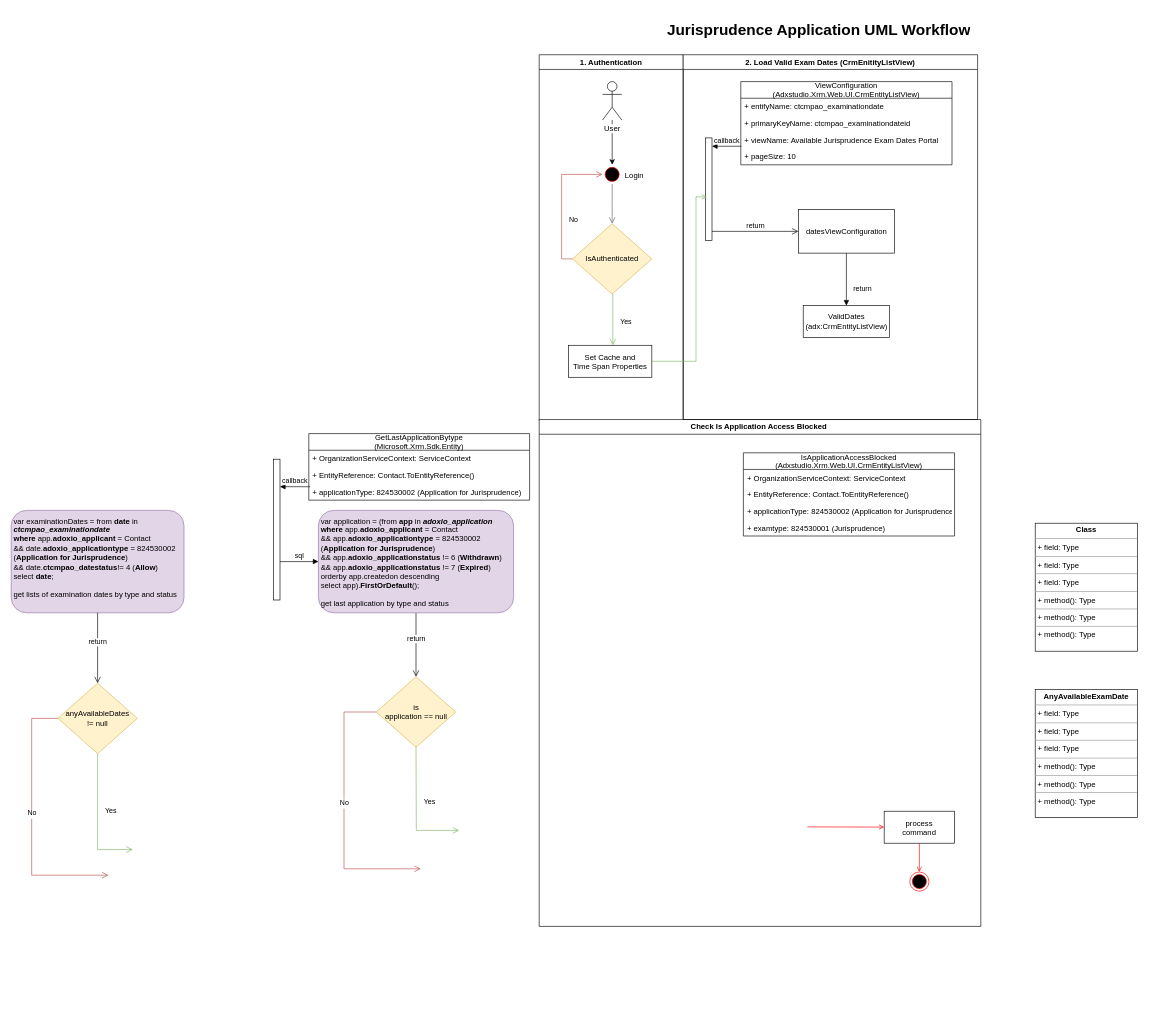
Earlier version of the draw.io diagram Jurisprudence Application UML Workflow.drawio (lest-xu/temp). Source tidied: cells renumbered, new cells numbered last; positions are measured from the earlier drawing's top-left corner, leaving out a move shared by most shapes. Both pictures are drawn from the tidied source at 64%, with x=0, y=0 at pixel (11, 17).
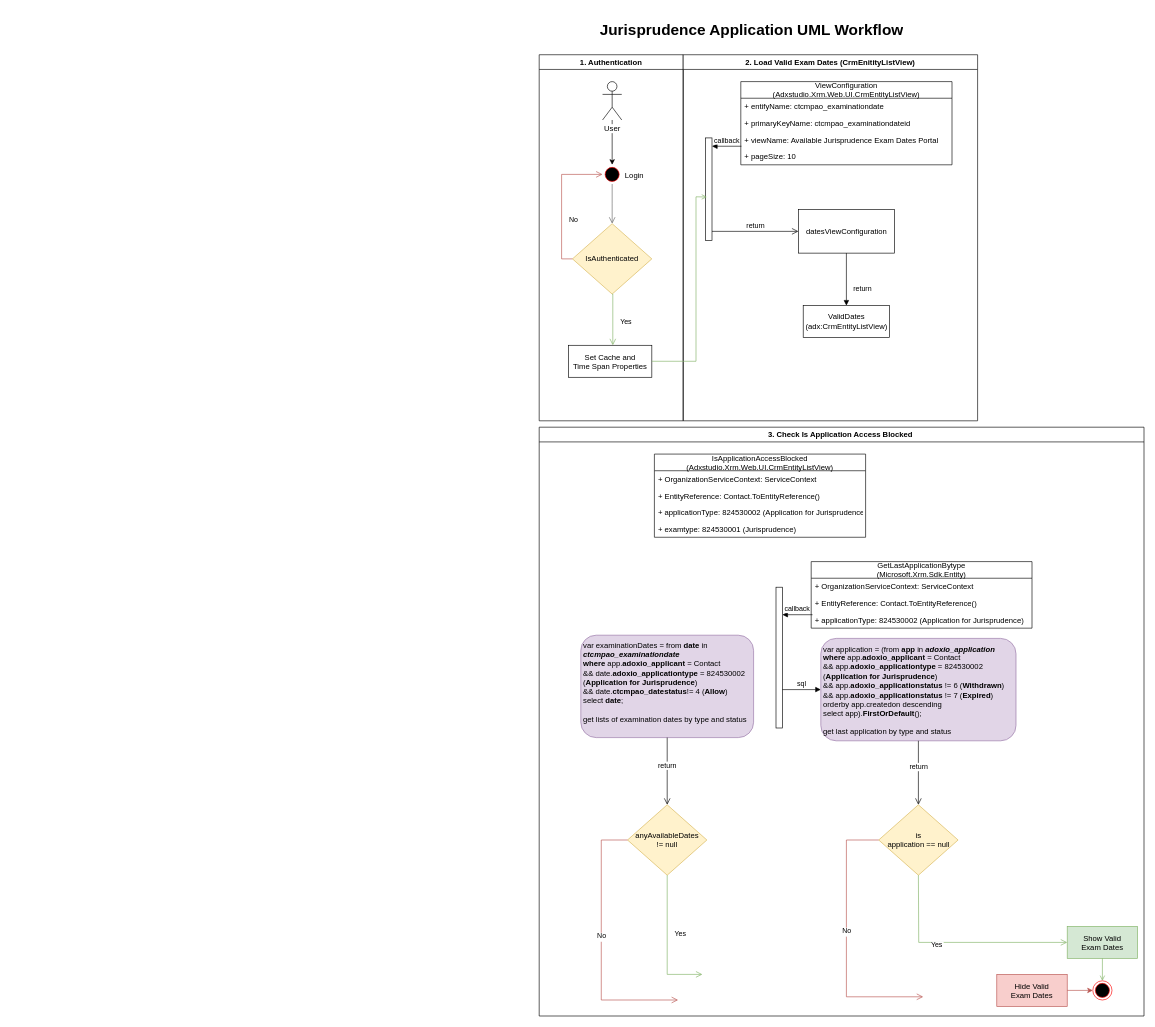
After the change.

The change refers to these unchanged cells:
```xml
<mxCell id="2" value="1. Authentication" style="swimlane;whiteSpace=wrap;" parent="1" vertex="1">
  <mxGeometry x="825" y="58" width="225" height="572" as="geometry" />
</mxCell>
<mxCell id="41" value="+ applicationType: 824530002 (Application for Jurisprudence)" style="text;strokeColor=none;fillColor=none;align=left;verticalAlign=top;spacingLeft=4;spacingRight=4;overflow=hidden;points=[[0,0.5],[1,0.5]];portConstraint=eastwest;" parent="38" vertex="1">
  <mxGeometry y="78" width="345" height="26" as="geometry" />
</mxCell>
```

Diff of the diagram source:
```diff
@@
-    <mxCell id="12" value="Check Is Application Access Blocked " style="swimlane;whiteSpace=wrap;startSize=23;" parent="2" vertex="1">
-      <mxGeometry y="570" width="690" height="792" as="geometry" />
-    </mxCell>
-    <mxCell id="13" value="process&#10;command" parent="12" vertex="1">
-      <mxGeometry x="539" y="612" width="110" height="50" as="geometry" />
-    </mxCell>
-    <mxCell id="14" style="edgeStyle=none;strokeColor=#FF0000;endArrow=open;endFill=1;rounded=0;" parent="12" edge="1" target="13">
-      <mxGeometry relative="1" as="geometry">
-        <mxPoint x="419" y="636.5" as="sourcePoint" />
-      </mxGeometry>
-    </mxCell>
-    <mxCell id="15" style="ellipse;shape=endState;fillColor=#000000;strokeColor=#ff0000;" parent="12" vertex="1">
-      <mxGeometry x="579" y="707" width="30" height="30" as="geometry" />
-    </mxCell>
-    <mxCell id="16" style="endArrow=open;strokeColor=#FF0000;endFill=1;rounded=0;" parent="12" edge="1" source="13" target="15">
-      <mxGeometry relative="1" as="geometry" />
-    </mxCell>
-    <mxCell id="17" value="IsApplicationAccessBlocked &#10;(Adxstudio.Xrm.Web.UI.CrmEntityListView)" style="swimlane;fontStyle=0;horizontal=1;startSize=26;fillColor=none;" parent="12" vertex="1">
-      <mxGeometry x="319" y="52" width="330" height="130" as="geometry" />
-    </mxCell>
-    <mxCell id="18" value="+ OrganizationServiceContext: ServiceContext" style="text;strokeColor=none;fillColor=none;align=left;verticalAlign=top;spacingLeft=4;spacingRight=4;overflow=hidden;" parent="17" vertex="1">
-      <mxGeometry y="26" width="330" height="26" as="geometry" />
-    </mxCell>
-    <mxCell id="19" value="+ EntityReference: Contact.ToEntityReference()" style="text;strokeColor=none;fillColor=none;align=left;verticalAlign=top;spacingLeft=4;spacingRight=4;overflow=hidden;" parent="17" vertex="1">
-      <mxGeometry y="52" width="330" height="26" as="geometry" />
-    </mxCell>
-    <mxCell id="20" value="+ applicationType: 824530002 (Application for Jurisprudence)" style="text;strokeColor=none;fillColor=none;align=left;verticalAlign=top;spacingLeft=4;spacingRight=4;overflow=hidden;" parent="17" vertex="1">
-      <mxGeometry y="78" width="330" height="26" as="geometry" />
-    </mxCell>
-    <mxCell id="21" value="+ examtype: 824530001 (Jurisprudence)" style="text;strokeColor=none;fillColor=none;align=left;verticalAlign=top;spacingLeft=4;spacingRight=4;overflow=hidden;" parent="17" vertex="1">
-      <mxGeometry y="104" width="330" height="26" as="geometry" />
-    </mxCell>
     <mxCell id="22" value="2. Load Valid Exam Dates (CrmEnitityListView)" style="swimlane;whiteSpace=wrap;" parent="1" vertex="1">
-      <mxGeometry x="1050" y="58" width="460" height="570" as="geometry" />
+      <mxGeometry x="1050" y="58" width="460" height="572" as="geometry" />
     </mxCell>
@@
     <mxCell id="35" value="&lt;h1&gt;Jurisprudence Application UML Workflow&lt;/h1&gt;" style="text;html=1;strokeColor=none;fillColor=none;spacing=5;spacingTop=-20;whiteSpace=wrap;overflow=hidden;rounded=0;" parent="1" vertex="1">
-      <mxGeometry x="1020" width="510" height="50" as="geometry" />
+      <mxGeometry x="915" width="510" height="50" as="geometry" />
     </mxCell>
-    <mxCell id="36" value="&lt;p style=&quot;margin: 0px ; margin-top: 4px ; text-align: center&quot;&gt;&lt;b&gt;Class&lt;/b&gt;&lt;/p&gt;&lt;hr size=&quot;1&quot;&gt;&lt;p style=&quot;margin: 0px ; margin-left: 4px&quot;&gt;+ field: Type&lt;/p&gt;&lt;hr size=&quot;1&quot;&gt;&lt;p style=&quot;margin: 0px 0px 0px 4px&quot;&gt;+ field: Type&lt;/p&gt;&lt;hr size=&quot;1&quot;&gt;&lt;p style=&quot;margin: 0px 0px 0px 4px&quot;&gt;+ field: Type&lt;/p&gt;&lt;hr size=&quot;1&quot;&gt;&lt;p style=&quot;margin: 0px ; margin-left: 4px&quot;&gt;+ method(): Type&lt;/p&gt;&lt;hr size=&quot;1&quot;&gt;&lt;p style=&quot;margin: 0px 0px 0px 4px&quot;&gt;+ method(): Type&lt;/p&gt;&lt;hr size=&quot;1&quot;&gt;&lt;p style=&quot;margin: 0px 0px 0px 4px&quot;&gt;+ method(): Type&lt;/p&gt;" style="verticalAlign=top;align=left;overflow=fill;fontSize=12;fontFamily=Helvetica;html=1;" parent="1" vertex="1">
-      <mxGeometry x="1600" y="790" width="160" height="200" as="geometry" />
-    </mxCell>
-    <mxCell id="37" value="&lt;p style=&quot;margin: 0px ; margin-top: 4px ; text-align: center&quot;&gt;&lt;b&gt;AnyAvailableExamDate&lt;/b&gt;&lt;br&gt;&lt;/p&gt;&lt;hr size=&quot;1&quot;&gt;&lt;p style=&quot;margin: 0px ; margin-left: 4px&quot;&gt;+ field: Type&lt;/p&gt;&lt;hr size=&quot;1&quot;&gt;&lt;p style=&quot;margin: 0px 0px 0px 4px&quot;&gt;+ field: Type&lt;/p&gt;&lt;hr size=&quot;1&quot;&gt;&lt;p style=&quot;margin: 0px 0px 0px 4px&quot;&gt;+ field: Type&lt;/p&gt;&lt;hr size=&quot;1&quot;&gt;&lt;p style=&quot;margin: 0px ; margin-left: 4px&quot;&gt;+ method(): Type&lt;/p&gt;&lt;hr size=&quot;1&quot;&gt;&lt;p style=&quot;margin: 0px 0px 0px 4px&quot;&gt;+ method(): Type&lt;/p&gt;&lt;hr size=&quot;1&quot;&gt;&lt;p style=&quot;margin: 0px 0px 0px 4px&quot;&gt;+ method(): Type&lt;/p&gt;" style="verticalAlign=top;align=left;overflow=fill;fontSize=12;fontFamily=Helvetica;html=1;" parent="1" vertex="1">
-      <mxGeometry x="1600" y="1050" width="160" height="200" as="geometry" />
-    </mxCell>
+    <mxCell id="12" value="3. Check Is Application Access Blocked " style="swimlane;whiteSpace=wrap;startSize=23;" parent="1" vertex="1">
+      <mxGeometry x="825" y="640" width="945" height="920" as="geometry" />
+    </mxCell>
+    <mxCell id="13" value="Show Valid &#10;Exam Dates" style="fillColor=#d5e8d4;strokeColor=#82b366;" parent="12" vertex="1">
+      <mxGeometry x="825" y="780" width="110" height="50" as="geometry" />
+    </mxCell>
+    <mxCell id="15" style="ellipse;shape=endState;fillColor=#000000;strokeColor=#ff0000;" parent="12" vertex="1">
+      <mxGeometry x="865" y="865" width="30" height="30" as="geometry" />
+    </mxCell>
+    <mxCell id="16" style="endArrow=open;strokeColor=#82b366;endFill=1;rounded=0;fillColor=#d5e8d4;" parent="12" edge="1" source="13" target="15">
+      <mxGeometry relative="1" as="geometry" />
+    </mxCell>
+    <mxCell id="17" value="IsApplicationAccessBlocked &#10;(Adxstudio.Xrm.Web.UI.CrmEntityListView)" style="swimlane;fontStyle=0;horizontal=1;startSize=26;fillColor=none;" parent="12" vertex="1">
+      <mxGeometry x="180" y="42" width="330" height="130" as="geometry" />
+    </mxCell>
+    <mxCell id="18" value="+ OrganizationServiceContext: ServiceContext" style="text;strokeColor=none;fillColor=none;align=left;verticalAlign=top;spacingLeft=4;spacingRight=4;overflow=hidden;" parent="17" vertex="1">
+      <mxGeometry y="26" width="330" height="26" as="geometry" />
+    </mxCell>
+    <mxCell id="19" value="+ EntityReference: Contact.ToEntityReference()" style="text;strokeColor=none;fillColor=none;align=left;verticalAlign=top;spacingLeft=4;spacingRight=4;overflow=hidden;" parent="17" vertex="1">
+      <mxGeometry y="52" width="330" height="26" as="geometry" />
+    </mxCell>
+    <mxCell id="20" value="+ applicationType: 824530002 (Application for Jurisprudence)" style="text;strokeColor=none;fillColor=none;align=left;verticalAlign=top;spacingLeft=4;spacingRight=4;overflow=hidden;" parent="17" vertex="1">
+      <mxGeometry y="78" width="330" height="26" as="geometry" />
+    </mxCell>
+    <mxCell id="21" value="+ examtype: 824530001 (Jurisprudence)" style="text;strokeColor=none;fillColor=none;align=left;verticalAlign=top;spacingLeft=4;spacingRight=4;overflow=hidden;" parent="17" vertex="1">
+      <mxGeometry y="104" width="330" height="26" as="geometry" />
+    </mxCell>
+    <mxCell id="55" style="edgeStyle=orthogonalEdgeStyle;rounded=0;jettySize=auto;html=1;fillColor=#f8cecc;strokeColor=#b85450;" parent="12" edge="1" source="56" target="15">
+      <mxGeometry relative="1" as="geometry" />
+    </mxCell>
+    <mxCell id="56" value="Hide Valid&#10;Exam Dates" style="fillColor=#f8cecc;strokeColor=#b85450;" parent="12" vertex="1">
+      <mxGeometry x="715" y="855" width="110" height="50" as="geometry" />
+    </mxCell>
-    <mxCell id="38" value="GetLastApplicationBytype&#10;(Microsoft.Xrm.Sdk.Entity)" style="swimlane;fontStyle=0;horizontal=1;startSize=26;fillColor=none;" parent="1" vertex="1">
-      <mxGeometry x="465" y="650" width="345" height="104" as="geometry" />
+    <mxCell id="38" value="GetLastApplicationBytype&#10;(Microsoft.Xrm.Sdk.Entity)" style="swimlane;fontStyle=0;horizontal=1;startSize=26;fillColor=none;" parent="12" vertex="1">
+      <mxGeometry x="425" y="210" width="345" height="104" as="geometry" />
     </mxCell>
@@
-    <mxCell id="42" style="html=1;points=[];perimeter=orthogonalPerimeter;" parent="1" vertex="1">
-      <mxGeometry x="410" y="690" width="10" height="220" as="geometry" />
+    <mxCell id="42" style="html=1;points=[];perimeter=orthogonalPerimeter;" parent="12" vertex="1">
+      <mxGeometry x="370" y="250" width="10" height="220" as="geometry" />
     </mxCell>
-    <mxCell id="43" value="callback" style="html=1;verticalAlign=bottom;endArrow=block;exitX=0.006;exitY=0.192;exitDx=0;exitDy=0;exitPerimeter=0;" parent="1" edge="1" source="41" target="42">
+    <mxCell id="43" value="callback" style="html=1;verticalAlign=bottom;endArrow=block;exitX=0.006;exitY=0.192;exitDx=0;exitDy=0;exitPerimeter=0;" parent="12" edge="1" source="41" target="42">
       <mxGeometry relative="1" as="geometry" />
     </mxCell>
-    <mxCell id="44" value="return" style="html=1;verticalAlign=bottom;endArrow=open;endSize=8;exitX=0.5;exitY=1;exitDx=0;exitDy=0;entryX=0.5;entryY=0;entryDx=0;entryDy=0;" parent="1" edge="1" source="45" target="47">
-      <mxGeometry relative="1" as="geometry" />
-    </mxCell>
-    <mxCell id="45" value="&lt;div&gt;var application = (from &lt;b&gt;app&lt;/b&gt; in &lt;i&gt;&lt;b&gt;adoxio_application&amp;nbsp;&lt;/b&gt;&lt;/i&gt;&lt;/div&gt;&lt;div&gt;&lt;b&gt;where &lt;/b&gt;app.&lt;b&gt;adoxio_applicant &lt;/b&gt;= Contact&lt;/div&gt;&lt;div&gt;&amp;amp;&amp;amp; app.&lt;b&gt;adoxio_applicationtype&lt;/b&gt; = 824530002 (&lt;b&gt;Application for Jurisprudence&lt;/b&gt;)&lt;/div&gt;&lt;div&gt;&amp;amp;&amp;amp; app.&lt;b&gt;adoxio_applicationstatus &lt;/b&gt;!= 6 (&lt;b&gt;Withdrawn&lt;/b&gt;)&lt;/div&gt;&lt;div&gt;&amp;amp;&amp;amp; app.&lt;b&gt;adoxio_applicationstatus &lt;/b&gt;!= 7 (&lt;b&gt;Expired&lt;/b&gt;)&lt;/div&gt;&lt;div&gt;orderby app.createdon descending&lt;/div&gt;&lt;div&gt;select app).&lt;b&gt;FirstOrDefault&lt;/b&gt;();&lt;/div&gt;&lt;div&gt;&lt;br&gt;&lt;/div&gt;&lt;div&gt;get last application by type and status&lt;/div&gt;" style="rounded=1;whiteSpace=wrap;html=1;align=left;spacingTop=2;spacingLeft=2;spacingRight=2;fillColor=#e1d5e7;strokeColor=#9673a6;" parent="1" vertex="1">
-      <mxGeometry x="480" y="770" width="305" height="160" as="geometry" />
+    <mxCell id="45" value="&lt;div&gt;var application = (from &lt;b&gt;app&lt;/b&gt; in &lt;i&gt;&lt;b&gt;adoxio_application&amp;nbsp;&lt;/b&gt;&lt;/i&gt;&lt;/div&gt;&lt;div&gt;&lt;b&gt;where &lt;/b&gt;app.&lt;b&gt;adoxio_applicant &lt;/b&gt;= Contact&lt;/div&gt;&lt;div&gt;&amp;amp;&amp;amp; app.&lt;b&gt;adoxio_applicationtype&lt;/b&gt; = 824530002 (&lt;b&gt;Application for Jurisprudence&lt;/b&gt;)&lt;/div&gt;&lt;div&gt;&amp;amp;&amp;amp; app.&lt;b&gt;adoxio_applicationstatus &lt;/b&gt;!= 6 (&lt;b&gt;Withdrawn&lt;/b&gt;)&lt;/div&gt;&lt;div&gt;&amp;amp;&amp;amp; app.&lt;b&gt;adoxio_applicationstatus &lt;/b&gt;!= 7 (&lt;b&gt;Expired&lt;/b&gt;)&lt;/div&gt;&lt;div&gt;orderby app.createdon descending&lt;/div&gt;&lt;div&gt;select app).&lt;b&gt;FirstOrDefault&lt;/b&gt;();&lt;/div&gt;&lt;div&gt;&lt;br&gt;&lt;/div&gt;&lt;div&gt;get last application by type and status&lt;/div&gt;" style="rounded=1;whiteSpace=wrap;html=1;align=left;spacingTop=2;spacingLeft=2;spacingRight=2;fillColor=#e1d5e7;strokeColor=#9673a6;" parent="12" vertex="1">
+      <mxGeometry x="440" y="330" width="305" height="160" as="geometry" />
     </mxCell>
-    <mxCell id="46" value="sql" style="html=1;verticalAlign=bottom;endArrow=block;entryX=0;entryY=0.5;entryDx=0;entryDy=0;" parent="1" edge="1" source="42" target="45">
+    <mxCell id="46" value="sql" style="html=1;verticalAlign=bottom;endArrow=block;entryX=0;entryY=0.5;entryDx=0;entryDy=0;" parent="12" edge="1" source="42" target="45">
       <mxGeometry relative="1" as="geometry" />
     </mxCell>
-    <mxCell id="47" value="is&lt;br&gt;application == null" style="rhombus;whiteSpace=wrap;html=1;fillColor=#fff2cc;strokeColor=#d6b656;" parent="1" vertex="1">
-      <mxGeometry x="570.5" y="1030" width="124" height="110" as="geometry" />
+    <mxCell id="47" value="is&lt;br&gt;application == null" style="rhombus;whiteSpace=wrap;html=1;fillColor=#fff2cc;strokeColor=#d6b656;" parent="12" vertex="1">
+      <mxGeometry x="530.5" y="590" width="124" height="110" as="geometry" />
     </mxCell>
+    <mxCell id="44" value="return" style="html=1;verticalAlign=bottom;endArrow=open;endSize=8;exitX=0.5;exitY=1;exitDx=0;exitDy=0;entryX=0.5;entryY=0;entryDx=0;entryDy=0;" parent="12" edge="1" source="45" target="47">
+      <mxGeometry relative="1" as="geometry" />
+    </mxCell>
-    <mxCell id="48" value="No" style="edgeStyle=elbowEdgeStyle;elbow=horizontal;align=left;verticalAlign=top;endArrow=open;endSize=8;strokeColor=#b85450;endFill=1;rounded=0;exitX=0;exitY=0.5;exitDx=0;exitDy=0;fillColor=#f8cecc;" parent="1" edge="1" source="47">
+    <mxCell id="48" value="No" style="edgeStyle=elbowEdgeStyle;elbow=horizontal;align=left;verticalAlign=top;endArrow=open;endSize=8;strokeColor=#b85450;endFill=1;rounded=0;exitX=0;exitY=0.5;exitDx=0;exitDy=0;fillColor=#f8cecc;" parent="12" edge="1" source="47">
       <mxGeometry x="-0.14" y="-9" relative="1" as="geometry">
-        <mxPoint x="640" y="1330" as="targetPoint" />
+        <mxPoint x="600" y="890" as="targetPoint" />
         <Array as="points">
-          <mxPoint x="520" y="1210" />
+          <mxPoint x="480" y="770" />
         </Array>
         <mxPoint x="1" y="1" as="offset" />
       </mxGeometry>
     </mxCell>
-    <mxCell id="49" value="Yes" style="edgeStyle=elbowEdgeStyle;elbow=horizontal;align=left;verticalAlign=top;endArrow=open;endSize=8;strokeColor=#82b366;endFill=1;rounded=0;exitX=0.5;exitY=1;exitDx=0;exitDy=0;fillColor=#d5e8d4;" parent="1" edge="1" source="47">
+    <mxCell id="49" value="Yes" style="edgeStyle=elbowEdgeStyle;elbow=horizontal;align=left;verticalAlign=top;endArrow=open;endSize=8;strokeColor=#82b366;endFill=1;rounded=0;exitX=0.5;exitY=1;exitDx=0;exitDy=0;fillColor=#d5e8d4;entryX=0;entryY=0.5;entryDx=0;entryDy=0;" parent="12" edge="1" source="47" target="13">
       <mxGeometry x="-0.27" y="10" relative="1" as="geometry">
-        <mxPoint x="700" y="1270" as="targetPoint" />
         <Array as="points">
-          <mxPoint x="633" y="1220" />
+          <mxPoint x="593" y="770" />
         </Array>
         <mxPoint y="1" as="offset" />
       </mxGeometry>
     </mxCell>
-    <mxCell id="50" value="&lt;div&gt;var examinationDates = from &lt;b&gt;date&lt;/b&gt; in &lt;b&gt;&lt;i&gt;ctcmpao_examinationdate&lt;/i&gt;&lt;/b&gt;&lt;/div&gt;&lt;div&gt;&lt;b&gt;where &lt;/b&gt;app.&lt;b&gt;adoxio_applicant &lt;/b&gt;= Contact&lt;/div&gt;&lt;div&gt;&amp;amp;&amp;amp; date.&lt;b&gt;adoxio_applicationtype&lt;/b&gt; = 824530002 (&lt;b&gt;Application for Jurisprudence&lt;/b&gt;)&lt;/div&gt;&lt;div&gt;&amp;amp;&amp;amp; date.&lt;b&gt;ctcmpao_datestatus&lt;/b&gt;!= 4 (&lt;b&gt;Allow&lt;/b&gt;)&lt;/div&gt;&lt;div&gt;select&amp;nbsp;&lt;b&gt;date&lt;/b&gt;;&lt;/div&gt;&lt;div&gt;&lt;br&gt;&lt;/div&gt;&lt;div&gt;get lists of examination dates by type and status&lt;/div&gt;&lt;div&gt;&lt;br&gt;&lt;/div&gt;" style="rounded=1;whiteSpace=wrap;html=1;align=left;spacingTop=2;spacingLeft=2;spacingRight=2;fillColor=#e1d5e7;strokeColor=#9673a6;" parent="1" vertex="1">
-      <mxGeometry y="770" width="270" height="160" as="geometry" />
+    <mxCell id="50" value="&lt;div&gt;var examinationDates = from &lt;b&gt;date&lt;/b&gt; in &lt;b&gt;&lt;i&gt;ctcmpao_examinationdate&lt;/i&gt;&lt;/b&gt;&lt;/div&gt;&lt;div&gt;&lt;b&gt;where &lt;/b&gt;app.&lt;b&gt;adoxio_applicant &lt;/b&gt;= Contact&lt;/div&gt;&lt;div&gt;&amp;amp;&amp;amp; date.&lt;b&gt;adoxio_applicationtype&lt;/b&gt; = 824530002 (&lt;b&gt;Application for Jurisprudence&lt;/b&gt;)&lt;/div&gt;&lt;div&gt;&amp;amp;&amp;amp; date.&lt;b&gt;ctcmpao_datestatus&lt;/b&gt;!= 4 (&lt;b&gt;Allow&lt;/b&gt;)&lt;/div&gt;&lt;div&gt;select&amp;nbsp;&lt;b&gt;date&lt;/b&gt;;&lt;/div&gt;&lt;div&gt;&lt;br&gt;&lt;/div&gt;&lt;div&gt;get lists of examination dates by type and status&lt;/div&gt;&lt;div&gt;&lt;br&gt;&lt;/div&gt;" style="rounded=1;whiteSpace=wrap;html=1;align=left;spacingTop=2;spacingLeft=2;spacingRight=2;fillColor=#e1d5e7;strokeColor=#9673a6;" parent="12" vertex="1">
+      <mxGeometry x="65" y="325" width="270" height="160" as="geometry" />
     </mxCell>
-    <mxCell id="51" value="anyAvailableDates&lt;br&gt;!= null" style="rhombus;whiteSpace=wrap;html=1;fillColor=#fff2cc;strokeColor=#d6b656;" parent="1" vertex="1">
-      <mxGeometry x="73" y="1040" width="124" height="110" as="geometry" />
+    <mxCell id="51" value="anyAvailableDates&lt;br&gt;!= null" style="rhombus;whiteSpace=wrap;html=1;fillColor=#fff2cc;strokeColor=#d6b656;" parent="12" vertex="1">
+      <mxGeometry x="138" y="590" width="124" height="110" as="geometry" />
     </mxCell>
-    <mxCell id="52" value="return" style="html=1;verticalAlign=bottom;endArrow=open;endSize=8;exitX=0.5;exitY=1;exitDx=0;exitDy=0;entryX=0.5;entryY=0;entryDx=0;entryDy=0;" parent="1" edge="1" source="50" target="51">
+    <mxCell id="52" value="return" style="html=1;verticalAlign=bottom;endArrow=open;endSize=8;exitX=0.5;exitY=1;exitDx=0;exitDy=0;entryX=0.5;entryY=0;entryDx=0;entryDy=0;" parent="12" edge="1" source="50" target="51">
       <mxGeometry relative="1" as="geometry" />
     </mxCell>
-    <mxCell id="53" value="Yes" style="edgeStyle=elbowEdgeStyle;elbow=horizontal;align=left;verticalAlign=top;endArrow=open;endSize=8;strokeColor=#82b366;endFill=1;rounded=0;exitX=0.5;exitY=1;exitDx=0;exitDy=0;fillColor=#d5e8d4;" parent="1" edge="1" source="51">
+    <mxCell id="53" value="Yes" style="edgeStyle=elbowEdgeStyle;elbow=horizontal;align=left;verticalAlign=top;endArrow=open;endSize=8;strokeColor=#82b366;endFill=1;rounded=0;exitX=0.5;exitY=1;exitDx=0;exitDy=0;fillColor=#d5e8d4;" parent="12" edge="1" source="51">
       <mxGeometry x="-0.27" y="10" relative="1" as="geometry">
-        <mxPoint x="190" y="1300" as="targetPoint" />
+        <mxPoint x="255" y="855" as="targetPoint" />
         <Array as="points">
-          <mxPoint x="135" y="1170" />
+          <mxPoint x="200" y="725" />
         </Array>
         <mxPoint y="1" as="offset" />
       </mxGeometry>
     </mxCell>
-    <mxCell id="54" value="No" style="edgeStyle=elbowEdgeStyle;elbow=horizontal;align=left;verticalAlign=top;endArrow=open;endSize=8;strokeColor=#b85450;endFill=1;rounded=0;exitX=0;exitY=0.5;exitDx=0;exitDy=0;fillColor=#f8cecc;" parent="1" edge="1" source="51">
+    <mxCell id="54" value="No" style="edgeStyle=elbowEdgeStyle;elbow=horizontal;align=left;verticalAlign=top;endArrow=open;endSize=8;strokeColor=#b85450;endFill=1;rounded=0;exitX=0;exitY=0.5;exitDx=0;exitDy=0;fillColor=#f8cecc;" parent="12" edge="1" source="51">
       <mxGeometry x="-0.14" y="-9" relative="1" as="geometry">
-        <mxPoint x="152" y="1340" as="targetPoint" />
+        <mxPoint x="217" y="895" as="targetPoint" />
         <Array as="points">
-          <mxPoint x="32" y="1220" />
+          <mxPoint x="97" y="775" />
         </Array>
         <mxPoint x="1" y="1" as="offset" />
       </mxGeometry>
     </mxCell>
```
